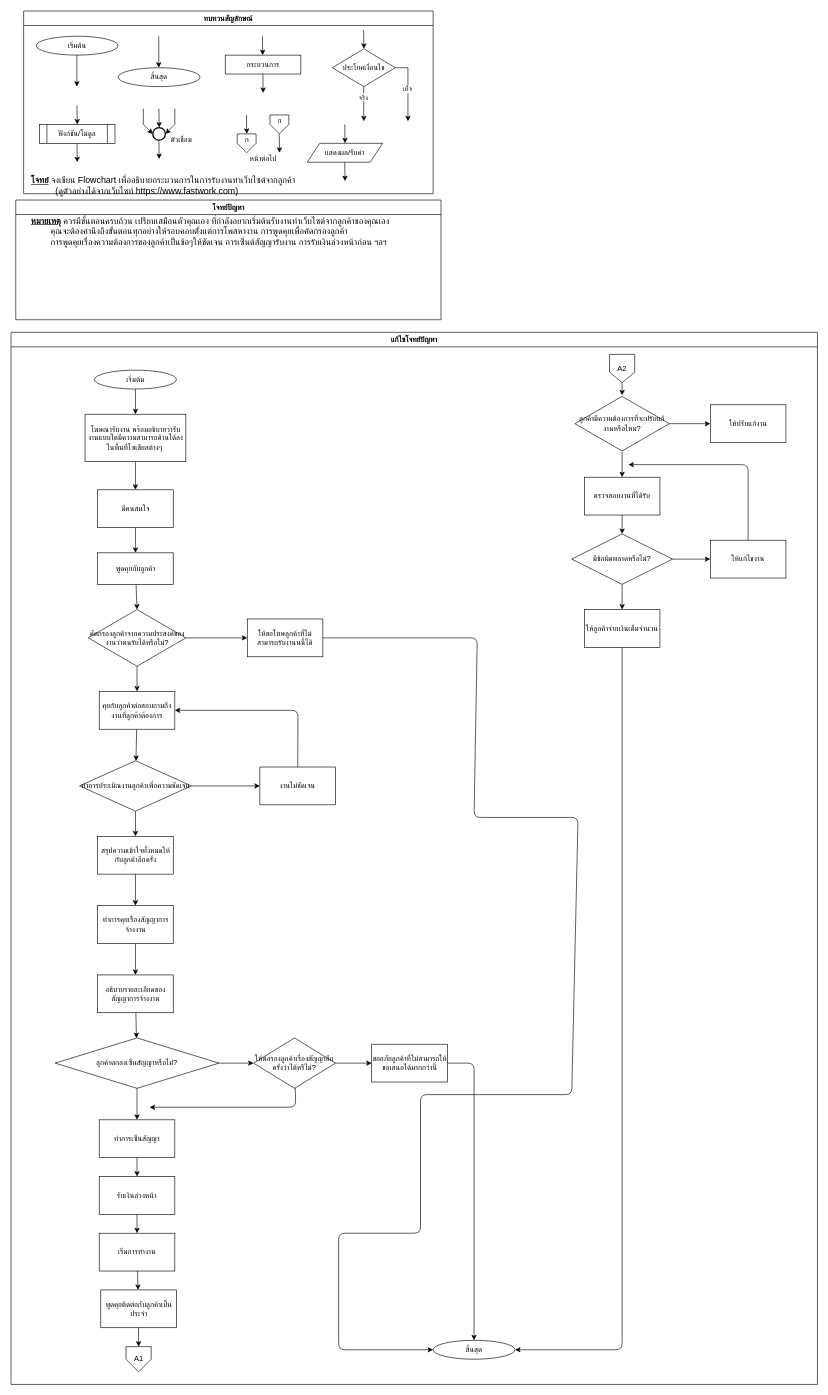
Above: Homework/HW02/hw02-2-requirement.drawio in engcc304/hw02-2-user-requirement-XxP228 (draw.io), before the change. Source tidied: cells renumbered, new cells numbered last; positions are measured from the earlier drawing's top-left corner, leaving out a move shared by most shapes. Both pictures are drawn from the tidied source at 63%, with x=0, y=0 at pixel (11, 11).
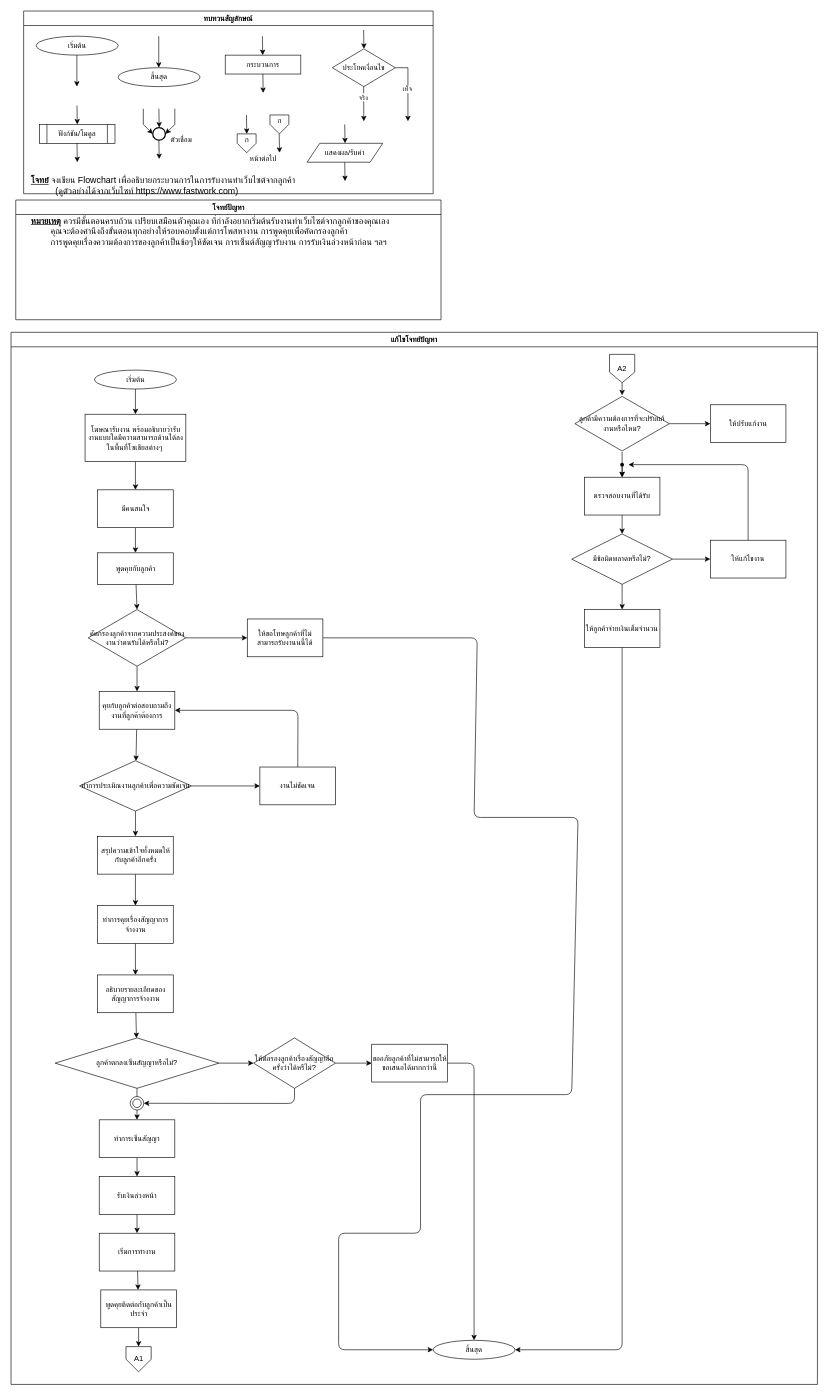
Above is the later version.

Unchanged cells that the change refers to:
```xml
<mxCell id="35" value="แก้ไขโจทย์ปัญหา" style="swimlane;fontFamily=Sarabun;" parent="1" vertex="1">
  <mxGeometry y="510" width="1280" height="1670" as="geometry" />
</mxCell>
<mxCell id="65" value="ลูกค้าตกลงเซ็นสัญญาหรือไม่?" style="rhombus;whiteSpace=wrap;html=1;" parent="35" vertex="1">
  <mxGeometry x="70" y="1120" width="260" height="80" as="geometry" />
</mxCell>
<mxCell id="67" value="ให้ต่อรองลูกค้าเรื่องสัญญาอีกครั้งว่าได้หรืไม่?" style="rhombus;whiteSpace=wrap;html=1;" parent="35" vertex="1">
  <mxGeometry x="385" y="1120" width="130" height="80" as="geometry" />
</mxCell>
<mxCell id="71" value="ทำการเซ็นสัญญา" style="whiteSpace=wrap;html=1;" parent="35" vertex="1">
  <mxGeometry x="140" y="1250" width="120" height="60" as="geometry" />
</mxCell>
<mxCell id="83" value="ลูกค้ามีความต้องการที่จะปรับแก้งานหรือไหม?" style="html=1;whiteSpace=wrap;shape=isoRectangle;" parent="35" vertex="1">
  <mxGeometry x="895" y="100" width="150" height="90" as="geometry" />
</mxCell>
<mxCell id="86" value="ตรวจสอบงานที่ได้รับ" style="whiteSpace=wrap;html=1;" parent="35" vertex="1">
  <mxGeometry x="910" y="230" width="120" height="60" as="geometry" />
</mxCell>
```

The edit, as a diff of the source:
```diff
@@
-    <mxCell id="64" style="edgeStyle=none;html=1;" parent="35" edge="1" source="65" target="71">
+    <mxCell id="64" style="edgeStyle=none;html=1;startArrow=none;" parent="35" edge="1" source="97" target="71">
       <mxGeometry relative="1" as="geometry" />
     </mxCell>
@@
-    <mxCell id="82" style="edgeStyle=none;html=1;" parent="35" edge="1" source="83" target="86">
+    <mxCell id="82" style="edgeStyle=none;html=1;startArrow=none;" parent="35" edge="1" source="100" target="86">
       <mxGeometry relative="1" as="geometry" />
     </mxCell>
@@
+    <mxCell id="97" style="ellipse;shape=doubleEllipse;whiteSpace=wrap;html=1;" parent="35" vertex="1">
+      <mxGeometry x="189.2" y="1213" width="21.5" height="21.5" as="geometry" />
+    </mxCell>
+    <mxCell id="98" style="edgeStyle=none;html=1;endArrow=none;" parent="35" edge="1" source="65" target="97">
+      <mxGeometry relative="1" as="geometry" />
+    </mxCell>
+    <mxCell id="95" style="edgeStyle=none;html=1;entryX=1;entryY=0.5;entryDx=0;entryDy=0;" parent="35" edge="1" source="67" target="97">
+      <mxGeometry relative="1" as="geometry">
+        <Array as="points">
+          <mxPoint x="450" y="1224" />
+        </Array>
+      </mxGeometry>
+    </mxCell>
+    <mxCell id="99" style="edgeStyle=none;html=1;" parent="35" edge="1" source="100" target="86">
+      <mxGeometry relative="1" as="geometry" />
+    </mxCell>
+    <mxCell id="100" style="shape=waypoint;sketch=0;fillStyle=solid;size=6;points=[];fillColor=none;perimeter=centerPerimeter;snapToPoint=1;" parent="35" vertex="1">
+      <mxGeometry x="960" y="200" width="20" height="20" as="geometry" />
+    </mxCell>
+    <mxCell id="101" style="edgeStyle=none;html=1;endArrow=none;" parent="35" edge="1" source="83" target="100">
+      <mxGeometry relative="1" as="geometry" />
+    </mxCell>
@@
-    <mxCell id="95" style="edgeStyle=none;html=1;" parent="1" edge="1" source="67">
-      <mxGeometry relative="1" as="geometry">
-        <mxPoint x="220" y="1740" as="targetPoint" />
-        <Array as="points">
-          <mxPoint x="452" y="1740" />
-        </Array>
-      </mxGeometry>
-    </mxCell>
```
